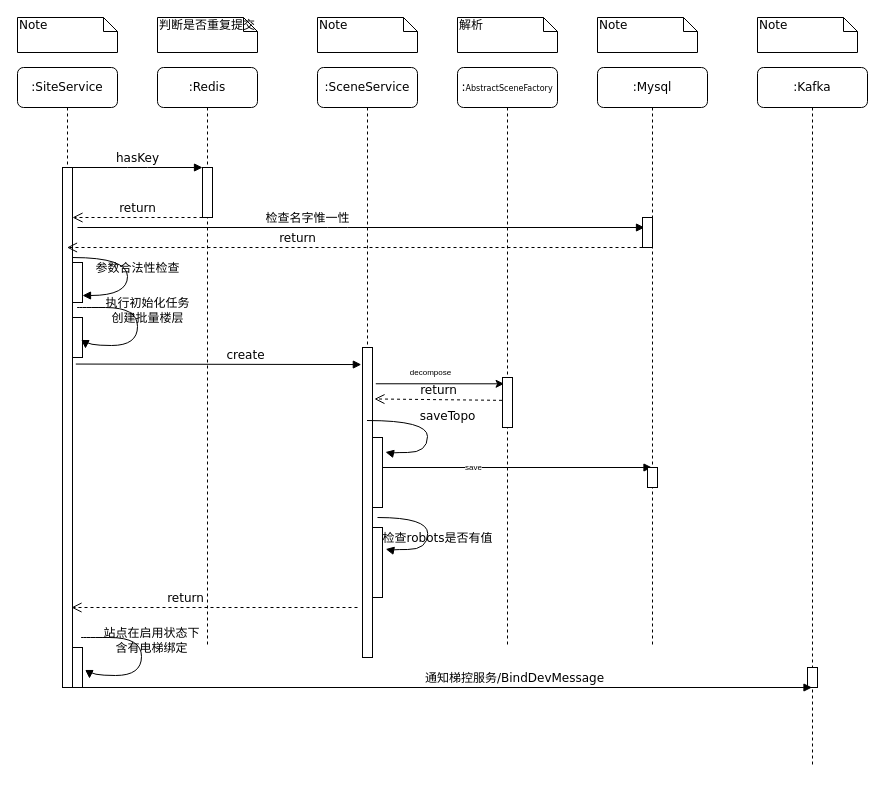
Before: craft/Simple_flow_site.drawio in feihu618/drawio, a draw.io diagram. Source tidied: cells renumbered, new cells numbered last; positions are measured from the earlier drawing's top-left corner, leaving out a move shared by most shapes. Both pictures are drawn from the tidied source at 100%, with x=0, y=0 at pixel (17, 17).
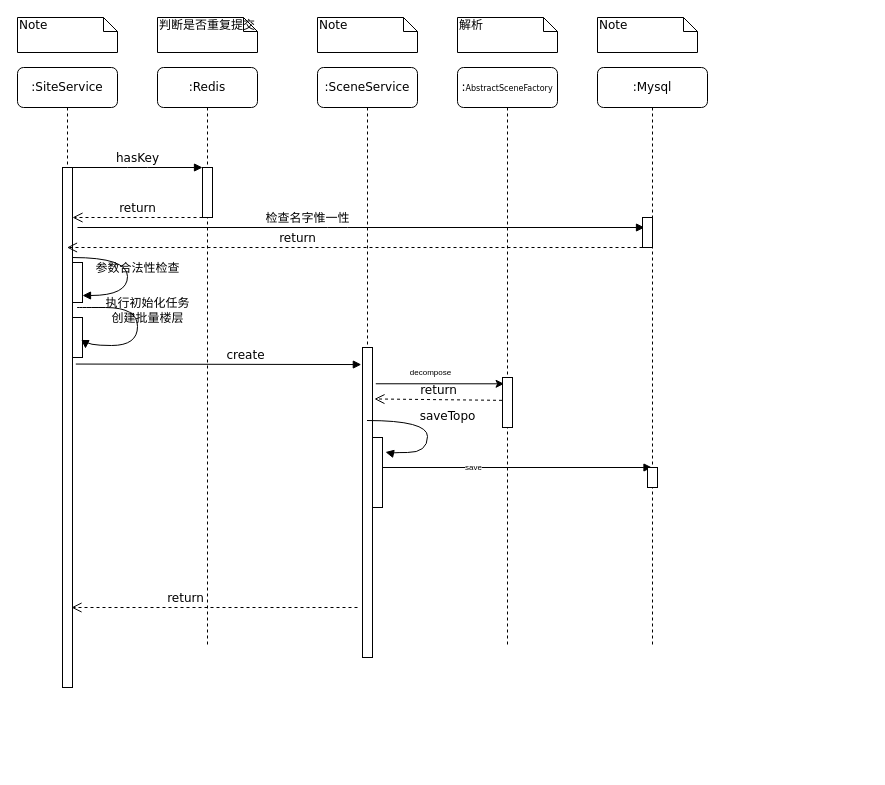
The same page after the edit.

The change refers to these unchanged cells:
```xml
<mxCell id="6" value=":SceneService" style="shape=umlLifeline;perimeter=lifelinePerimeter;whiteSpace=wrap;html=1;outlineConnect=0;rounded=1;shadow=0;comic=0;labelBackgroundColor=none;strokeWidth=1;fontFamily=Verdana;fontSize=12;align=center;" parent="1" vertex="1">
  <mxGeometry x="300" y="50" width="100" height="590" as="geometry" />
</mxCell>
<mxCell id="17" value=":SiteService" style="shape=umlLifeline;perimeter=lifelinePerimeter;whiteSpace=wrap;html=1;outlineConnect=0;rounded=1;shadow=0;comic=0;labelBackgroundColor=none;strokeWidth=1;fontFamily=Verdana;fontSize=12;align=center;" parent="1" vertex="1">
  <mxGeometry y="50" width="100" height="620" as="geometry" />
</mxCell>
```

Diff of the diagram source:
```diff
@@
-    <mxCell id="10" style="html=1;perimeter=orthogonalPerimeter;rounded=0;shadow=0;comic=0;labelBackgroundColor=none;strokeWidth=1;fontFamily=Verdana;fontSize=12;align=center;" parent="6" vertex="1">
-      <mxGeometry x="55" y="460" width="10" height="70" as="geometry" />
-    </mxCell>
@@
-    <mxCell id="23" style="html=1;perimeter=orthogonalPerimeter;rounded=0;shadow=0;comic=0;labelBackgroundColor=none;strokeWidth=1;fontFamily=Verdana;fontSize=12;align=center;" parent="17" vertex="1">
-      <mxGeometry x="55" y="580" width="10" height="40" as="geometry" />
-    </mxCell>
@@
-    <mxCell id="36" value="检查robots是否有值" style="html=1;verticalAlign=bottom;endArrow=block;labelBackgroundColor=none;fontFamily=Verdana;fontSize=12;elbow=vertical;edgeStyle=orthogonalEdgeStyle;curved=1;entryX=1.297;entryY=0.208;entryDx=0;entryDy=0;entryPerimeter=0;" parent="1" edge="1">
-      <mxGeometry x="0.29" y="10" relative="1" as="geometry">
-        <mxPoint x="360" y="500" as="sourcePoint" />
-        <mxPoint x="368.2" y="531.6" as="targetPoint" />
-        <Array as="points">
-          <mxPoint x="410.2" y="500" />
-          <mxPoint x="410.2" y="532" />
-          <mxPoint x="370.2" y="532" />
-        </Array>
-      </mxGeometry>
-    </mxCell>
@@
-    <mxCell id="38" value=":Kafka" style="shape=umlLifeline;perimeter=lifelinePerimeter;whiteSpace=wrap;html=1;outlineConnect=0;rounded=1;shadow=0;comic=0;labelBackgroundColor=none;strokeWidth=1;fontFamily=Verdana;fontSize=12;align=center;" parent="1" vertex="1">
-      <mxGeometry x="740" y="50" width="110" height="700" as="geometry" />
-    </mxCell>
-    <mxCell id="39" style="html=1;perimeter=orthogonalPerimeter;rounded=0;shadow=0;comic=0;labelBackgroundColor=none;strokeWidth=1;fontFamily=Verdana;fontSize=12;align=center;" parent="38" vertex="1">
-      <mxGeometry x="50" y="600" width="10" height="20" as="geometry" />
-    </mxCell>
-    <mxCell id="40" value="Note" style="shape=note;whiteSpace=wrap;html=1;size=14;verticalAlign=top;align=left;spacingTop=-6;rounded=0;shadow=0;comic=0;labelBackgroundColor=none;strokeWidth=1;fontFamily=Verdana;fontSize=12;" parent="1" vertex="1">
-      <mxGeometry x="740" width="100" height="35" as="geometry" />
-    </mxCell>
-    <mxCell id="41" value="站点在启用状态下&lt;br&gt;含有电梯绑定" style="html=1;verticalAlign=bottom;endArrow=block;labelBackgroundColor=none;fontFamily=Verdana;fontSize=12;elbow=vertical;edgeStyle=orthogonalEdgeStyle;curved=1;entryX=1.297;entryY=0.778;entryDx=0;entryDy=0;entryPerimeter=0;" parent="1" edge="1">
-      <mxGeometry x="0.09" y="10" relative="1" as="geometry">
-        <mxPoint x="64" y="620" as="sourcePoint" />
-        <mxPoint x="72" y="661.1" as="targetPoint" />
-        <Array as="points">
-          <mxPoint x="60" y="620" />
-          <mxPoint x="124" y="620" />
-          <mxPoint x="124" y="658" />
-          <mxPoint x="72" y="658" />
-        </Array>
-      </mxGeometry>
-    </mxCell>
-    <mxCell id="42" value="通知梯控服务/BindDevMessage" style="html=1;verticalAlign=bottom;endArrow=block;labelBackgroundColor=none;fontFamily=Verdana;fontSize=12;exitX=1.331;exitY=0.378;exitDx=0;exitDy=0;exitPerimeter=0;" parent="1" edge="1" target="38">
-      <mxGeometry x="0.19" relative="1" as="geometry">
-        <mxPoint x="60" y="670" as="sourcePoint" />
-      </mxGeometry>
-    </mxCell>
```
